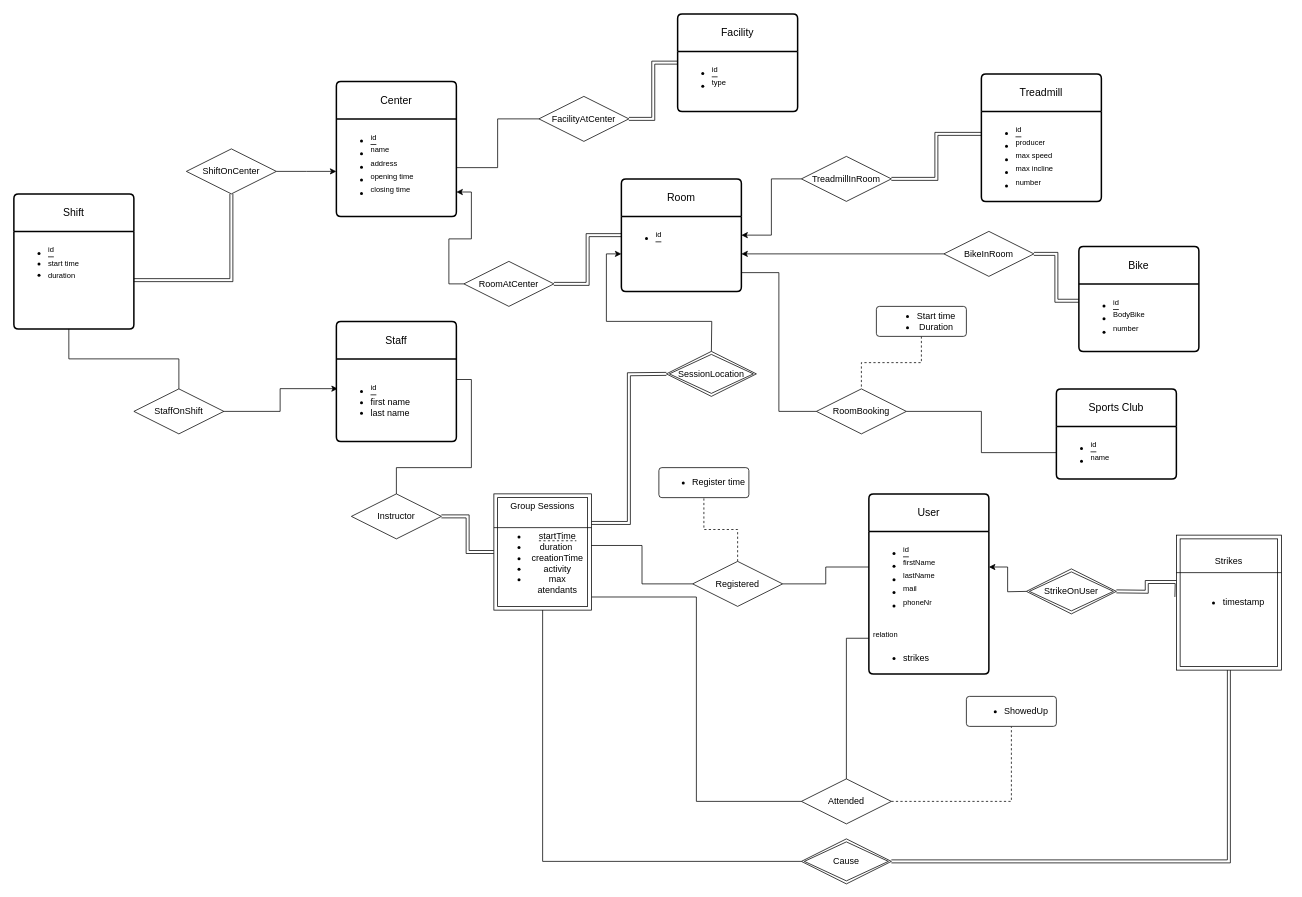
This is er-diagram.drawio from Simenf05/database-project, a draw.io file, before an edit. Source tidied: cells renumbered, new cells numbered last; positions are measured from the earlier drawing's top-left corner, leaving out a move shared by most shapes. Both pictures are drawn from the tidied source at 75%, with x=0, y=0 at pixel (14, 14).
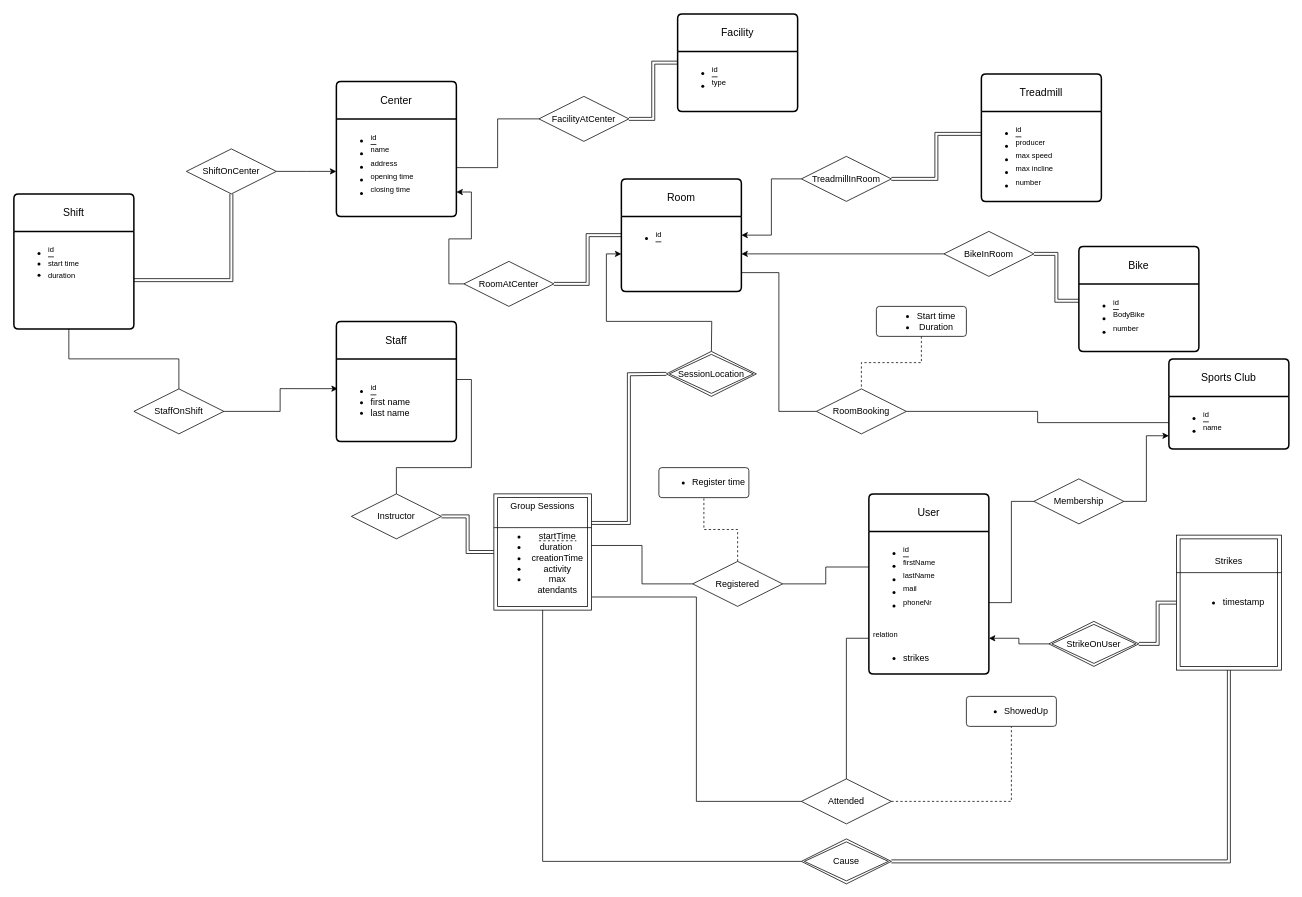
The same page after the edit.

Unchanged cells that the change refers to:
```xml
<mxCell id="12" value="&lt;ul&gt;&lt;li&gt;&lt;u&gt;&lt;sup&gt;id&lt;/sup&gt;&lt;/u&gt;&lt;/li&gt;&lt;li&gt;&lt;sup&gt;firstName&lt;/sup&gt;&lt;/li&gt;&lt;li&gt;&lt;sup&gt;lastName&lt;/sup&gt;&lt;/li&gt;&lt;li&gt;&lt;sup&gt;mail&lt;/sup&gt;&lt;/li&gt;&lt;li&gt;&lt;sup&gt;phoneNr&lt;/sup&gt;&lt;/li&gt;&lt;/ul&gt;&lt;div&gt;&lt;br&gt;&lt;/div&gt;&lt;div&gt;&lt;sup&gt;relation&lt;/sup&gt;&lt;/div&gt;&lt;div&gt;&lt;ul&gt;&lt;li&gt;strikes&lt;/li&gt;&lt;/ul&gt;&lt;/div&gt;" style="align=left;strokeColor=none;fillColor=none;spacingLeft=4;spacingRight=4;fontSize=12;verticalAlign=top;html=1;whiteSpace=wrap;" parent="11" vertex="1">
  <mxGeometry y="50" width="160" height="190" as="geometry" />
</mxCell>
<mxCell id="14" value="&lt;ul&gt;&lt;li&gt;&lt;u&gt;&lt;sup&gt;id&lt;/sup&gt;&lt;/u&gt;&lt;/li&gt;&lt;li&gt;&lt;sup&gt;name&lt;/sup&gt;&lt;/li&gt;&lt;/ul&gt;" style="align=left;strokeColor=none;fillColor=none;spacingLeft=4;spacingRight=4;fontSize=12;verticalAlign=top;html=1;whiteSpace=wrap;" parent="13" vertex="1">
  <mxGeometry y="50" width="160" height="70" as="geometry" />
</mxCell>
<mxCell id="53" value="Strikes&lt;div&gt;&lt;br&gt;&lt;/div&gt;&lt;div&gt;&lt;br&gt;&lt;div&gt;&lt;ul&gt;&lt;li&gt;timestamp&lt;/li&gt;&lt;/ul&gt;&lt;/div&gt;&lt;div&gt;&lt;br&gt;&lt;/div&gt;&lt;div&gt;&lt;br&gt;&lt;/div&gt;&lt;div&gt;&lt;br&gt;&lt;/div&gt;&lt;/div&gt;" style="shape=ext;margin=3;double=1;whiteSpace=wrap;html=1;align=center;" parent="1" vertex="1">
  <mxGeometry x="1550" y="695" width="140" height="180" as="geometry" />
</mxCell>
```

What changed in the source:
```diff
@@
     <mxCell id="13" value="Sports Club" style="swimlane;horizontal=1;startSize=50;rounded=1;fontSize=14;fontStyle=0;strokeWidth=2;shadow=0;dashed=0;align=center;arcSize=4;whiteSpace=wrap;html=1;" parent="1" vertex="1">
-      <mxGeometry x="1390" y="500" width="160" height="120" as="geometry" />
+      <mxGeometry x="1540" y="460" width="160" height="120" as="geometry" />
     </mxCell>
@@
-    <mxCell id="51" style="edgeStyle=orthogonalEdgeStyle;rounded=0;jettySize=auto;html=1;entryX=1;entryY=0.25;entryDx=0;entryDy=0;" parent="1" edge="1" target="12">
-      <mxGeometry relative="1" as="geometry">
-        <mxPoint x="1350" y="770" as="sourcePoint" />
-      </mxGeometry>
-    </mxCell>
-    <mxCell id="52" style="edgeStyle=orthogonalEdgeStyle;rounded=0;orthogonalLoop=1;jettySize=auto;html=1;entryX=0;entryY=0.25;entryDx=0;entryDy=0;endArrow=none;endFill=0;shape=link;" parent="1" edge="1">
-      <mxGeometry relative="1" as="geometry">
-        <mxPoint x="1470" y="770" as="sourcePoint" />
-        <mxPoint x="1550" y="777.5" as="targetPoint" />
-      </mxGeometry>
-    </mxCell>
@@
+    <mxCell id="71" style="edgeStyle=orthogonalEdgeStyle;rounded=0;jettySize=auto;html=1;exitX=0;exitY=0.5;exitDx=0;exitDy=0;entryX=1;entryY=0.75;entryDx=0;entryDy=0;" parent="1" edge="1" source="55" target="12">
+      <mxGeometry relative="1" as="geometry" />
+    </mxCell>
+    <mxCell id="72" style="edgeStyle=orthogonalEdgeStyle;rounded=0;jettySize=auto;html=1;exitX=1;exitY=0.5;exitDx=0;exitDy=0;entryX=0;entryY=0.5;entryDx=0;entryDy=0;shape=link;" parent="1" edge="1" source="55" target="53">
+      <mxGeometry relative="1" as="geometry" />
+    </mxCell>
     <mxCell id="55" value="StrikeOnUser" style="shape=rhombus;double=1;perimeter=rhombusPerimeter;whiteSpace=wrap;html=1;align=center;" parent="1" vertex="1">
-      <mxGeometry x="1350" y="740" width="120" height="60" as="geometry" />
+      <mxGeometry x="1380" y="810" width="120" height="60" as="geometry" />
     </mxCell>
@@
+    <mxCell id="73" style="edgeStyle=orthogonalEdgeStyle;rounded=0;jettySize=auto;html=1;entryX=1;entryY=0.5;entryDx=0;entryDy=0;endArrow=none;endFill=0;" parent="1" edge="1" source="75" target="12">
+      <mxGeometry relative="1" as="geometry" />
+    </mxCell>
+    <mxCell id="74" style="edgeStyle=orthogonalEdgeStyle;rounded=0;jettySize=auto;html=1;entryX=0;entryY=0.75;entryDx=0;entryDy=0;" parent="1" edge="1" source="75" target="14">
+      <mxGeometry relative="1" as="geometry" />
+    </mxCell>
+    <mxCell id="75" value="Membership" style="shape=rhombus;perimeter=rhombusPerimeter;whiteSpace=wrap;html=1;align=center;" parent="1" vertex="1">
+      <mxGeometry x="1360" y="620" width="120" height="60" as="geometry" />
+    </mxCell>
```
